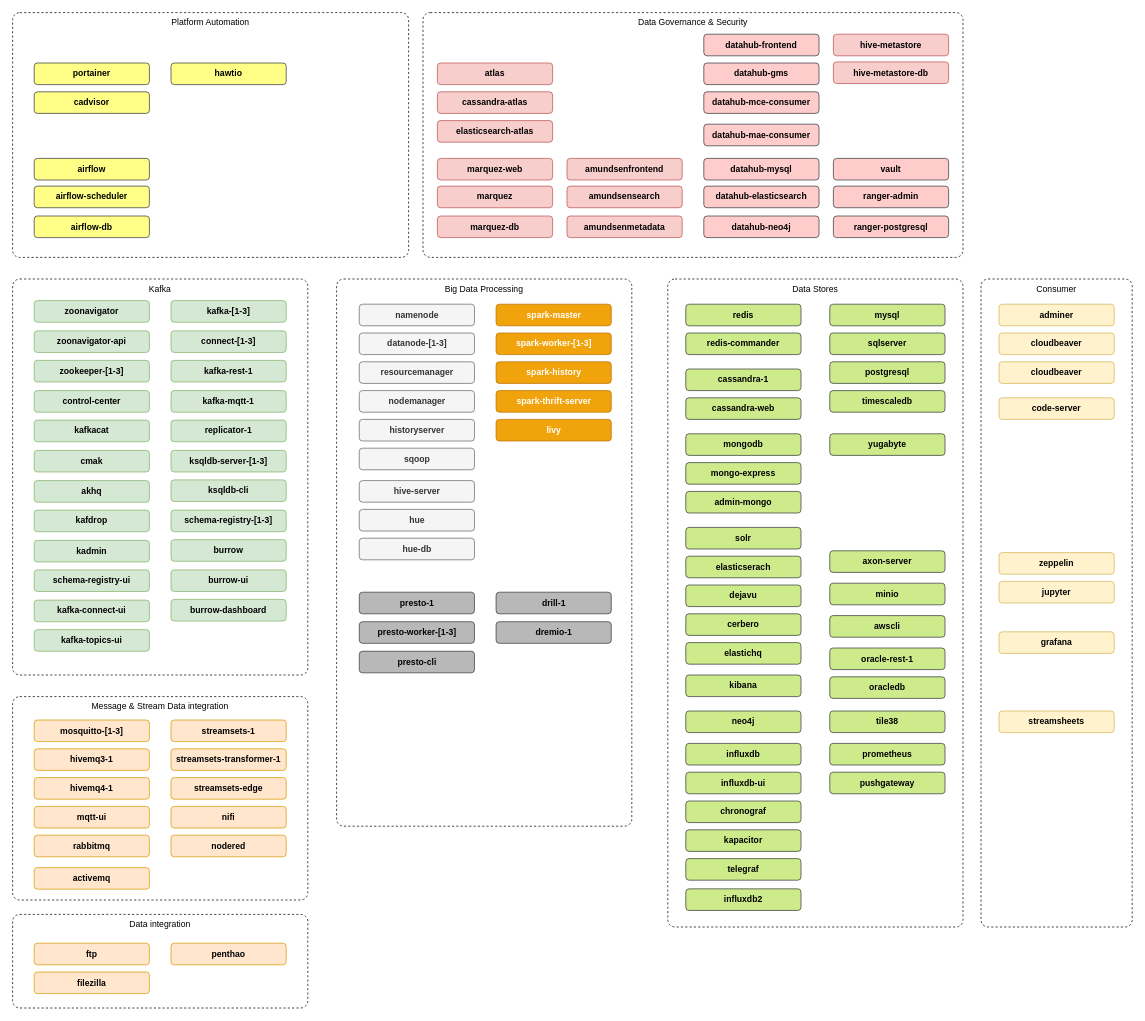
Before: page "Services" (1 of 4) of documentation/drawio/modern-data-platform.drawio in TrivadisPF/platys-modern-data-platform, a draw.io diagram. Source tidied: cells renumbered, new cells numbered last; positions are measured from the earlier drawing's top-left corner, leaving out a move shared by most shapes. Both pictures are drawn from the tidied source at 72%, with x=0, y=0 at pixel (12, 12).
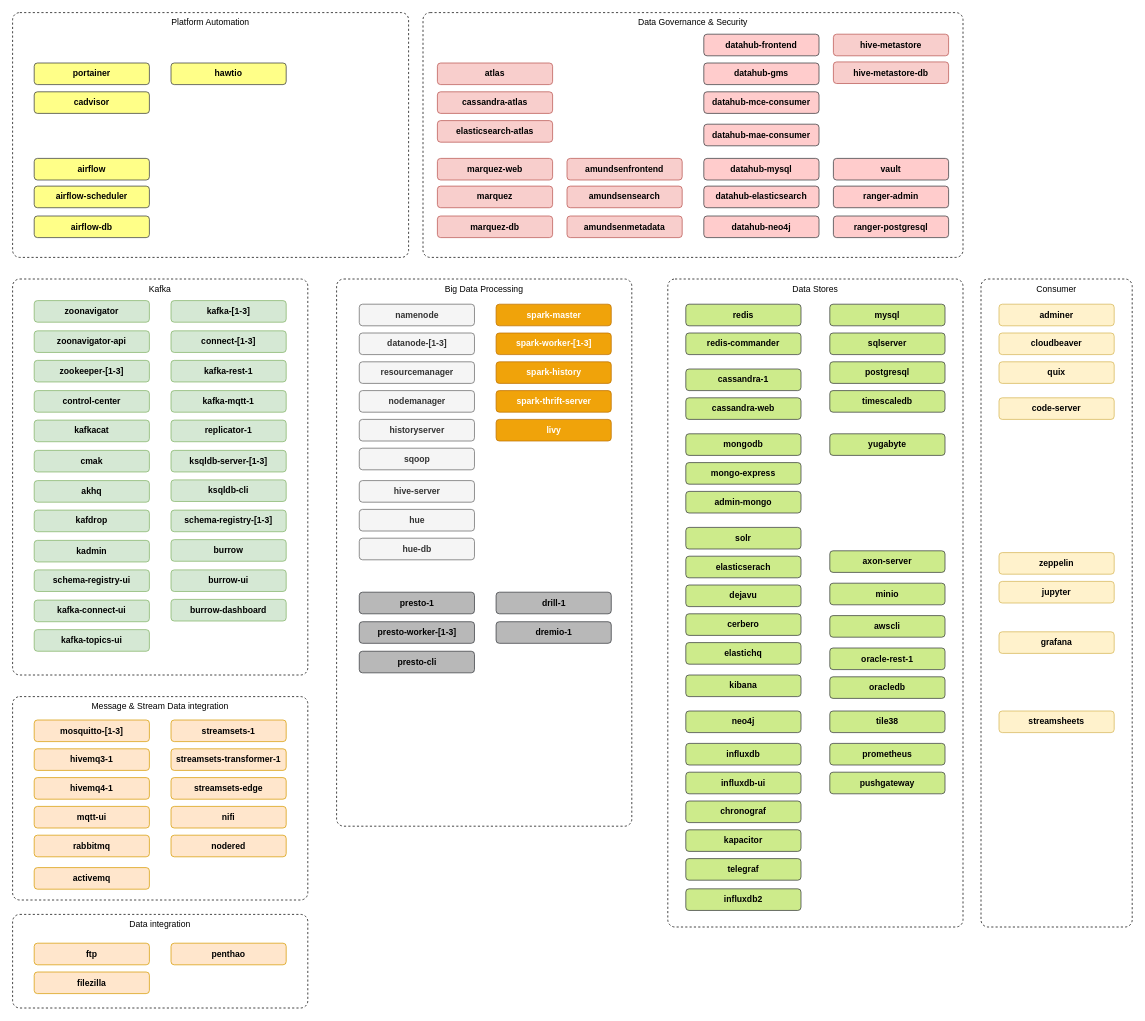
The same diagram, later.

What changed in the source:
```diff
@@
-    <mxCell id="134" value="&lt;span&gt;cloudbeaver&lt;/span&gt;" style="rounded=1;whiteSpace=wrap;html=1;fillColor=#fff2cc;strokeColor=#d6b656;fontStyle=1;" parent="1" vertex="1">
+    <mxCell id="134" value="quix" style="rounded=1;whiteSpace=wrap;html=1;fillColor=#fff2cc;strokeColor=#d6b656;fontStyle=1;" parent="1" vertex="1">
       <mxGeometry x="1370" y="485" width="160" height="30" as="geometry" />
     </mxCell>
```
